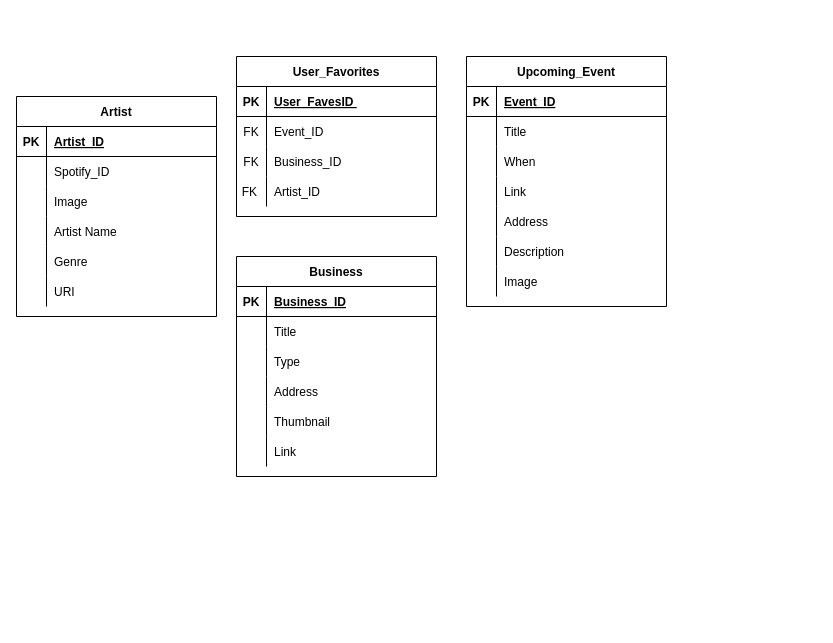
Above: Untitled Diagram.drawio in NotNanetteKaye/FullStack-capstone2022 (draw.io), before the change. Source tidied: cells renumbered, new cells numbered last; positions are measured from the earlier drawing's top-left corner, leaving out a move shared by most shapes. Both pictures are drawn from the tidied source at 100%, with x=0, y=0 at pixel (16, 56).
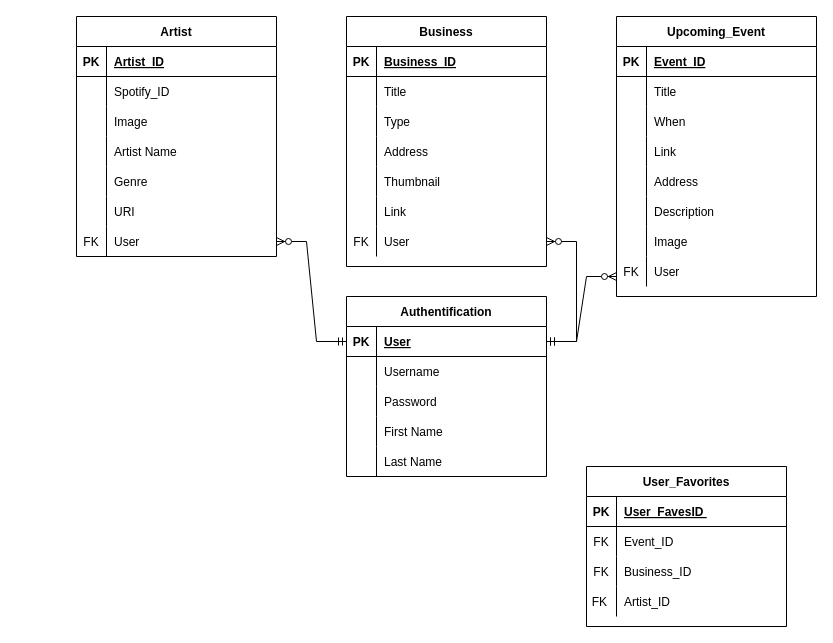
After the change.

What changed in the source:
```diff
@@
     <mxCell id="2" value="User_Favorites" style="shape=table;startSize=30;childLayout=tableLayout;rowLines=0;fontStyle=1;align=center;" parent="1" vertex="1">
-      <mxGeometry x="220" width="200" height="160" as="geometry" />
+      <mxGeometry x="570" y="410" width="200" height="160" as="geometry" />
     </mxCell>
@@
     <mxCell id="15" value="Upcoming_Event" style="shape=table;startSize=30;childLayout=tableLayout;rowLines=0;fontStyle=1;align=center;" parent="1" vertex="1">
-      <mxGeometry x="450" width="200" height="250" as="geometry" />
+      <mxGeometry x="600" y="-40" width="200" height="280" as="geometry" />
     </mxCell>
@@
+    <mxCell id="75" style="shape=partialRectangle;fillColor=none;top=0;left=0;right=0;bottom=0;" parent="15" vertex="1">
+      <mxGeometry y="240" width="200" height="30" as="geometry" />
+    </mxCell>
+    <mxCell id="76" value="FK" style="shape=partialRectangle;overflow=hidden;fillColor=none;top=0;left=0;bottom=0;right=0;" parent="75" vertex="1">
+      <mxGeometry width="30" height="30" as="geometry" />
+    </mxCell>
+    <mxCell id="77" value="User" style="shape=partialRectangle;overflow=hidden;fillColor=none;top=0;left=0;bottom=0;right=0;align=left;spacingLeft=6;" parent="75" vertex="1">
+      <mxGeometry x="30" width="170" height="30" as="geometry" />
+    </mxCell>
     <mxCell id="37" value="Business" style="shape=table;startSize=30;childLayout=tableLayout;rowLines=0;fontStyle=1;align=center;" parent="1" vertex="1">
-      <mxGeometry x="220" y="200" width="200" height="220" as="geometry" />
+      <mxGeometry x="330" y="-40" width="200" height="250" as="geometry" />
     </mxCell>
@@
+    <mxCell id="78" style="shape=partialRectangle;fillColor=none;points=[[0,0.5],[1,0.5]];portConstraint=eastwest;top=0;left=0;right=0;bottom=0;" parent="37" vertex="1">
+      <mxGeometry y="210" width="200" height="30" as="geometry" />
+    </mxCell>
+    <mxCell id="79" value="FK" style="shape=partialRectangle;overflow=hidden;fillColor=none;top=0;left=0;bottom=0;right=0;" parent="78" vertex="1">
+      <mxGeometry width="30" height="30" as="geometry" />
+    </mxCell>
+    <mxCell id="80" value="User" style="shape=partialRectangle;overflow=hidden;fillColor=none;top=0;left=0;bottom=0;right=0;align=left;spacingLeft=6;" parent="78" vertex="1">
+      <mxGeometry x="30" width="170" height="30" as="geometry" />
+    </mxCell>
     <mxCell id="56" value="Artist" style="shape=table;startSize=30;childLayout=tableLayout;rowLines=0;fontStyle=1;align=center;" parent="1" vertex="1">
-      <mxGeometry y="40" width="200" height="220" as="geometry" />
+      <mxGeometry x="60" y="-40" width="200" height="240" as="geometry" />
     </mxCell>
@@
+    <mxCell id="81" style="shape=partialRectangle;fillColor=none;points=[[0,0.5],[1,0.5]];portConstraint=eastwest;top=0;left=0;right=0;bottom=0;" parent="56" vertex="1">
+      <mxGeometry y="210" width="200" height="30" as="geometry" />
+    </mxCell>
+    <mxCell id="82" value="FK" style="shape=partialRectangle;overflow=hidden;fillColor=none;top=0;left=0;bottom=0;right=0;" parent="81" vertex="1">
+      <mxGeometry width="30" height="30" as="geometry" />
+    </mxCell>
+    <mxCell id="83" value="User" style="shape=partialRectangle;overflow=hidden;fillColor=none;top=0;left=0;bottom=0;right=0;align=left;spacingLeft=6;" parent="81" vertex="1">
+      <mxGeometry x="30" width="170" height="30" as="geometry" />
+    </mxCell>
+    <mxCell id="84" value="Authentification" style="shape=table;startSize=30;childLayout=tableLayout;rowLines=0;fontStyle=1;align=center;" parent="1" vertex="1">
+      <mxGeometry x="330" y="240" width="200" height="180" as="geometry" />
+    </mxCell>
+    <mxCell id="85" style="shape=partialRectangle;fillColor=none;points=[[0,0.5],[1,0.5]];portConstraint=eastwest;top=0;left=0;right=0;bottom=1;" parent="84" vertex="1">
+      <mxGeometry y="30" width="200" height="30" as="geometry" />
+    </mxCell>
+    <mxCell id="86" value="PK" style="shape=partialRectangle;overflow=hidden;fillColor=none;top=0;left=0;bottom=0;right=0;fontStyle=1;" parent="85" vertex="1">
+      <mxGeometry width="30" height="30" as="geometry" />
+    </mxCell>
+    <mxCell id="87" value="User" style="shape=partialRectangle;overflow=hidden;fillColor=none;top=0;left=0;bottom=0;right=0;align=left;spacingLeft=6;fontStyle=5;" parent="85" vertex="1">
+      <mxGeometry x="30" width="170" height="30" as="geometry" />
+    </mxCell>
+    <mxCell id="88" style="shape=partialRectangle;fillColor=none;top=0;left=0;right=0;bottom=0;" parent="84" vertex="1">
+      <mxGeometry y="60" width="200" height="30" as="geometry" />
+    </mxCell>
+    <mxCell id="89" style="shape=partialRectangle;overflow=hidden;fillColor=none;top=0;left=0;bottom=0;right=0;" parent="88" vertex="1">
+      <mxGeometry width="30" height="30" as="geometry" />
+    </mxCell>
+    <mxCell id="90" value="Username" style="shape=partialRectangle;overflow=hidden;fillColor=none;top=0;left=0;bottom=0;right=0;align=left;spacingLeft=6;" parent="88" vertex="1">
+      <mxGeometry x="30" width="170" height="30" as="geometry" />
+    </mxCell>
+    <mxCell id="91" style="shape=partialRectangle;fillColor=none;top=0;left=0;right=0;bottom=0;" parent="84" vertex="1">
+      <mxGeometry y="90" width="200" height="30" as="geometry" />
+    </mxCell>
+    <mxCell id="92" style="shape=partialRectangle;overflow=hidden;fillColor=none;top=0;left=0;bottom=0;right=0;" parent="91" vertex="1">
+      <mxGeometry width="30" height="30" as="geometry" />
+    </mxCell>
+    <mxCell id="93" value="Password" style="shape=partialRectangle;overflow=hidden;fillColor=none;top=0;left=0;bottom=0;right=0;align=left;spacingLeft=6;" parent="91" vertex="1">
+      <mxGeometry x="30" width="170" height="30" as="geometry" />
+    </mxCell>
+    <mxCell id="94" style="shape=partialRectangle;fillColor=none;top=0;left=0;right=0;bottom=0;" parent="84" vertex="1">
+      <mxGeometry y="120" width="200" height="30" as="geometry" />
+    </mxCell>
+    <mxCell id="95" style="shape=partialRectangle;overflow=hidden;fillColor=none;top=0;left=0;bottom=0;right=0;" parent="94" vertex="1">
+      <mxGeometry width="30" height="30" as="geometry" />
+    </mxCell>
+    <mxCell id="96" value="First Name" style="shape=partialRectangle;overflow=hidden;fillColor=none;top=0;left=0;bottom=0;right=0;align=left;spacingLeft=6;" parent="94" vertex="1">
+      <mxGeometry x="30" width="170" height="30" as="geometry" />
+    </mxCell>
+    <mxCell id="97" style="shape=partialRectangle;fillColor=none;top=0;left=0;right=0;bottom=0;" parent="84" vertex="1">
+      <mxGeometry y="150" width="200" height="30" as="geometry" />
+    </mxCell>
+    <mxCell id="98" style="shape=partialRectangle;overflow=hidden;fillColor=none;top=0;left=0;bottom=0;right=0;" parent="97" vertex="1">
+      <mxGeometry width="30" height="30" as="geometry" />
+    </mxCell>
+    <mxCell id="99" value="Last Name" style="shape=partialRectangle;overflow=hidden;fillColor=none;top=0;left=0;bottom=0;right=0;align=left;spacingLeft=6;" parent="97" vertex="1">
+      <mxGeometry x="30" width="170" height="30" as="geometry" />
+    </mxCell>
+    <mxCell id="100" style="edgeStyle=entityRelationEdgeStyle;fontSize=12;html=1;endArrow=ERzeroToMany;startArrow=ERmandOne;rounded=0;exitX=0;exitY=0.5;exitDx=0;exitDy=0;" parent="1" edge="1" source="85" target="81">
+      <mxGeometry relative="1" as="geometry" />
+    </mxCell>
+    <mxCell id="101" style="edgeStyle=entityRelationEdgeStyle;fontSize=12;html=1;endArrow=ERzeroToMany;startArrow=ERmandOne;rounded=0;" parent="1" edge="1" target="78">
+      <mxGeometry relative="1" as="geometry">
+        <mxPoint x="530" y="285" as="sourcePoint" />
+      </mxGeometry>
+    </mxCell>
+    <mxCell id="102" style="edgeStyle=entityRelationEdgeStyle;fontSize=12;html=1;endArrow=ERzeroToMany;startArrow=ERmandOne;rounded=0;" parent="1" edge="1" source="85">
+      <mxGeometry relative="1" as="geometry">
+        <mxPoint x="600" y="220" as="targetPoint" />
+      </mxGeometry>
+    </mxCell>
```
